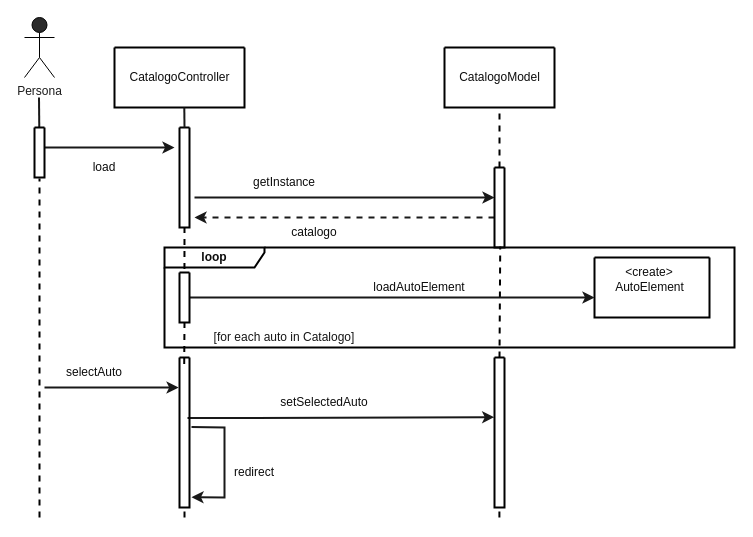
The draw.io diagram doc/catalogoSeq.drawio in 446f6e6e79/ConfiguratoreAuto, before the edit. Source tidied: cells renumbered, new cells numbered last; positions are measured from the earlier drawing's top-left corner, leaving out a move shared by most shapes. Both pictures are drawn from the tidied source at 100%, with x=0, y=0 at pixel (24, 17).
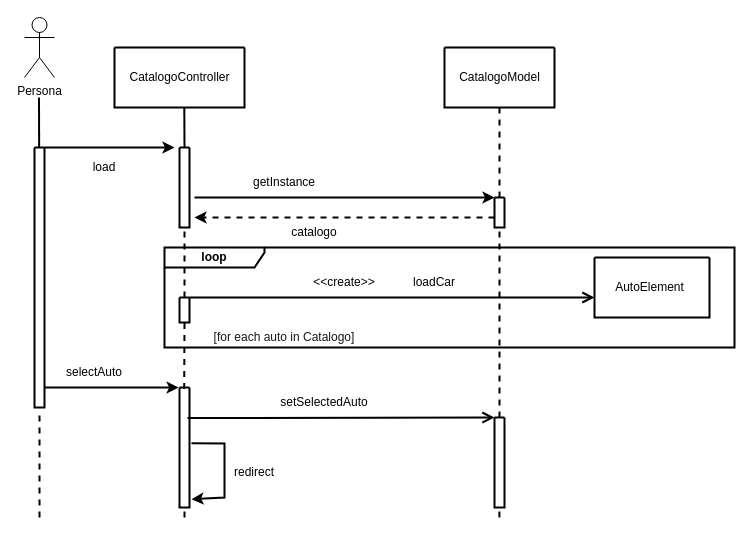
Above is the later version.

The edit, as a diff of the source:
```diff
@@
-    <mxCell id="2" value="Persona" style="shape=umlActor;verticalLabelPosition=bottom;verticalAlign=top;html=1;fillColor=#2A2A2A;strokeColor=#000000;fontColor=#1C1C1C;" parent="1" vertex="1">
+    <mxCell id="2" value="Persona" style="shape=umlActor;verticalLabelPosition=bottom;verticalAlign=top;html=1;" parent="1" vertex="1">
       <mxGeometry width="30" height="60" as="geometry" />
     </mxCell>
-    <mxCell id="3" style="endArrow=none;html=1;rounded=0;fontColor=#0D0D0D;strokeColor=#191919;strokeWidth=2;" parent="1" edge="1" source="7">
+    <mxCell id="3" style="endArrow=none;html=1;rounded=0;strokeWidth=2;" parent="1" edge="1" source="7">
       <mxGeometry relative="1" as="geometry">
         <mxPoint x="14.5" y="80" as="targetPoint" />
       </mxGeometry>
     </mxCell>
-    <mxCell id="4" style="swimlane;startSize=0;strokeColor=#000000;fontColor=#0D0D0D;fillColor=#2A2A2A;strokeWidth=2;" parent="1" vertex="1">
+    <mxCell id="4" style="swimlane;startSize=0;strokeWidth=2;" parent="1" vertex="1">
       <mxGeometry x="90" y="30" width="130" height="60" as="geometry" />
     </mxCell>
-    <mxCell id="5" value="CatalogoController" style="text;html=1;align=center;verticalAlign=middle;strokeColor=none;fillColor=none;fontColor=#0D0D0D;" parent="4" vertex="1">
+    <mxCell id="5" value="CatalogoController" style="text;html=1;align=center;verticalAlign=middle;strokeColor=none;fillColor=none;" parent="4" vertex="1">
       <mxGeometry x="5" y="15" width="120" height="30" as="geometry" />
     </mxCell>
-    <mxCell id="6" style="endArrow=classic;html=1;rounded=0;strokeColor=#191919;strokeWidth=2;fontColor=#0D0D0D;" parent="1" edge="1">
+    <mxCell id="6" style="endArrow=classic;html=1;rounded=0;strokeWidth=2;" parent="1" edge="1">
       <mxGeometry relative="1" as="geometry">
         <mxPoint x="20" y="130" as="sourcePoint" />
         <mxPoint x="150" y="130" as="targetPoint" />
       </mxGeometry>
     </mxCell>
-    <mxCell id="7" style="swimlane;startSize=0;labelBackgroundColor=none;strokeColor=#000000;strokeWidth=2;fontColor=#0D0D0D;fillColor=#2A2A2A;" parent="1" vertex="1">
-      <mxGeometry x="10" y="110" width="10" height="50" as="geometry" />
+    <mxCell id="7" style="swimlane;startSize=0;labelBackgroundColor=none;strokeWidth=2;" parent="1" vertex="1">
+      <mxGeometry x="10" y="130" width="10" height="260" as="geometry" />
     </mxCell>
-    <mxCell id="8" style="endArrow=classic;html=1;rounded=0;strokeColor=#191919;strokeWidth=2;fontColor=#0D0D0D;" parent="1" edge="1">
+    <mxCell id="8" style="endArrow=classic;html=1;rounded=0;strokeWidth=2;" parent="1" edge="1">
       <mxGeometry relative="1" as="geometry">
         <mxPoint x="170" y="180" as="sourcePoint" />
         <mxPoint x="470" y="180" as="targetPoint" />
       </mxGeometry>
     </mxCell>
-    <mxCell id="9" value="getInstance" style="text;html=1;strokeColor=none;fillColor=none;align=center;verticalAlign=middle;whiteSpace=wrap;rounded=0;labelBackgroundColor=none;strokeWidth=2;fontColor=#0D0D0D;" parent="1" vertex="1">
+    <mxCell id="9" value="getInstance" style="text;html=1;strokeColor=none;fillColor=none;align=center;verticalAlign=middle;whiteSpace=wrap;rounded=0;labelBackgroundColor=none;strokeWidth=2;" parent="1" vertex="1">
       <mxGeometry x="230" y="150" width="60" height="30" as="geometry" />
     </mxCell>
-    <mxCell id="10" style="swimlane;startSize=0;labelBackgroundColor=none;strokeColor=#000000;strokeWidth=2;fontColor=#0D0D0D;fillColor=#2A2A2A;" parent="1" vertex="1">
-      <mxGeometry x="155" y="110" width="10" height="100" as="geometry" />
+    <mxCell id="10" style="swimlane;startSize=0;labelBackgroundColor=none;strokeWidth=2;" parent="1" vertex="1">
+      <mxGeometry x="155" y="130" width="10" height="80" as="geometry" />
     </mxCell>
-    <mxCell id="11" style="endArrow=none;html=1;rounded=0;fontColor=#0D0D0D;strokeColor=#191919;strokeWidth=2;" parent="1" edge="1">
+    <mxCell id="11" style="endArrow=none;html=1;rounded=0;strokeWidth=2;exitX=0.5;exitY=0;exitDx=0;exitDy=0;" parent="1" edge="1" source="10">
       <mxGeometry relative="1" as="geometry">
-        <mxPoint x="160" y="110" as="sourcePoint" />
         <mxPoint x="159.8" y="90" as="targetPoint" />
       </mxGeometry>
     </mxCell>
-    <mxCell id="12" style="endArrow=none;dashed=1;html=1;rounded=0;entryX=0.5;entryY=1;entryDx=0;entryDy=0;strokeWidth=2;strokeColor=#000000;startArrow=none;exitX=0.035;exitY=0.214;exitDx=0;exitDy=0;exitPerimeter=0;" parent="1" edge="1" source="20" target="10">
+    <mxCell id="12" style="endArrow=none;dashed=1;html=1;rounded=0;entryX=0.5;entryY=1;entryDx=0;entryDy=0;strokeWidth=2;startArrow=none;exitX=0.5;exitY=0;exitDx=0;exitDy=0;" parent="1" edge="1" source="34" target="10">
       <mxGeometry relative="1" as="geometry" />
     </mxCell>
-    <mxCell id="13" style="endArrow=none;dashed=1;html=1;rounded=0;entryX=0.501;entryY=1.02;entryDx=0;entryDy=0;strokeWidth=2;strokeColor=#000000;entryPerimeter=0;" parent="1" edge="1" target="7">
+    <mxCell id="13" style="endArrow=none;dashed=1;html=1;rounded=0;entryX=0.501;entryY=1.02;entryDx=0;entryDy=0;strokeWidth=2;entryPerimeter=0;" parent="1" edge="1" target="7">
       <mxGeometry relative="1" as="geometry">
         <mxPoint x="15" y="500" as="sourcePoint" />
       </mxGeometry>
     </mxCell>
-    <mxCell id="14" value="load" style="text;html=1;strokeColor=none;fillColor=none;align=center;verticalAlign=middle;whiteSpace=wrap;rounded=0;labelBackgroundColor=none;strokeWidth=2;fontColor=#0D0D0D;" parent="1" vertex="1">
+    <mxCell id="14" value="load" style="text;html=1;strokeColor=none;fillColor=none;align=center;verticalAlign=middle;whiteSpace=wrap;rounded=0;labelBackgroundColor=none;strokeWidth=2;" parent="1" vertex="1">
       <mxGeometry x="50" y="135" width="60" height="30" as="geometry" />
     </mxCell>
-    <mxCell id="15" style="swimlane;startSize=0;strokeColor=#000000;fontColor=#0D0D0D;fillColor=#2A2A2A;strokeWidth=2;" parent="1" vertex="1">
+    <mxCell id="15" style="swimlane;startSize=0;strokeWidth=2;" parent="1" vertex="1">
       <mxGeometry x="420" y="30" width="110" height="60" as="geometry" />
     </mxCell>
-    <mxCell id="16" value="CatalogoModel" style="text;html=1;align=center;verticalAlign=middle;strokeColor=none;fillColor=none;fontColor=#0D0D0D;" parent="15" vertex="1">
+    <mxCell id="16" value="CatalogoModel" style="text;html=1;align=center;verticalAlign=middle;strokeColor=none;fillColor=none;" parent="15" vertex="1">
       <mxGeometry x="5" y="15" width="100" height="30" as="geometry" />
     </mxCell>
-    <mxCell id="17" style="endArrow=none;dashed=1;html=1;rounded=0;entryX=0.589;entryY=-0.01;entryDx=0;entryDy=0;strokeWidth=2;strokeColor=#000000;entryPerimeter=0;exitX=0.5;exitY=0;exitDx=0;exitDy=0;" parent="1" edge="1" source="38" target="20">
+    <mxCell id="17" style="endArrow=none;dashed=1;html=1;rounded=0;entryX=0.5;entryY=1;entryDx=0;entryDy=0;strokeWidth=2;exitX=0.5;exitY=0;exitDx=0;exitDy=0;" parent="1" edge="1" source="38" target="33">
       <mxGeometry relative="1" as="geometry" />
     </mxCell>
-    <mxCell id="18" style="endArrow=classic;html=1;rounded=0;strokeColor=#191919;strokeWidth=2;fontColor=#0D0D0D;dashed=1;" parent="1" edge="1">
+    <mxCell id="18" style="endArrow=classic;html=1;rounded=0;strokeWidth=2;dashed=1;" parent="1" edge="1">
       <mxGeometry relative="1" as="geometry">
         <mxPoint x="470" y="200" as="sourcePoint" />
         <mxPoint x="170" y="200" as="targetPoint" />
       </mxGeometry>
     </mxCell>
-    <mxCell id="19" value="catalogo" style="text;html=1;strokeColor=none;fillColor=none;align=center;verticalAlign=middle;whiteSpace=wrap;rounded=0;labelBackgroundColor=none;strokeWidth=2;fontColor=#0D0D0D;" parent="1" vertex="1">
+    <mxCell id="19" value="catalogo" style="text;html=1;strokeColor=none;fillColor=none;align=center;verticalAlign=middle;whiteSpace=wrap;rounded=0;labelBackgroundColor=none;strokeWidth=2;" parent="1" vertex="1">
       <mxGeometry x="260" y="200" width="60" height="30" as="geometry" />
     </mxCell>
-    <mxCell id="20" value="&lt;b&gt;loop&lt;/b&gt;" style="shape=umlFrame;whiteSpace=wrap;html=1;labelBackgroundColor=none;strokeColor=#000000;strokeWidth=2;fontColor=#0D0D0D;fillColor=none;width=100;height=20;" parent="1" vertex="1">
+    <mxCell id="20" value="&lt;b&gt;loop&lt;/b&gt;" style="shape=umlFrame;whiteSpace=wrap;html=1;labelBackgroundColor=none;strokeWidth=2;fillColor=none;width=100;height=20;" parent="1" vertex="1">
       <mxGeometry x="140" y="230" width="570" height="100" as="geometry" />
     </mxCell>
-    <mxCell id="21" style="swimlane;startSize=0;strokeColor=#000000;fontColor=#0D0D0D;fillColor=#2A2A2A;strokeWidth=2;" parent="1" vertex="1">
+    <mxCell id="21" style="swimlane;startSize=0;strokeWidth=2;" parent="1" vertex="1">
       <mxGeometry x="570" y="240" width="115" height="60" as="geometry" />
     </mxCell>
-    <mxCell id="22" value="AutoElement" style="text;html=1;align=center;verticalAlign=middle;strokeColor=none;fillColor=none;fontColor=#0D0D0D;" parent="21" vertex="1">
+    <mxCell id="22" value="AutoElement" style="text;html=1;align=center;verticalAlign=middle;strokeColor=none;fillColor=none;" parent="21" vertex="1">
       <mxGeometry x="10" y="15" width="90" height="30" as="geometry" />
     </mxCell>
-    <mxCell id="23" value="&amp;lt;create&amp;gt;" style="text;html=1;strokeColor=none;fillColor=none;align=center;verticalAlign=middle;whiteSpace=wrap;rounded=0;labelBackgroundColor=none;strokeWidth=2;fontColor=#0D0D0D;" parent="21" vertex="1">
-      <mxGeometry x="25" width="60" height="30" as="geometry" />
-    </mxCell>
-    <mxCell id="24" style="endArrow=classic;html=1;rounded=0;strokeColor=#191919;strokeWidth=2;fontColor=#0D0D0D;" parent="1" edge="1">
+    <mxCell id="24" style="endArrow=open;html=1;rounded=0;strokeWidth=2;endFill=0;endSize=8;" parent="1" edge="1">
       <mxGeometry relative="1" as="geometry">
         <mxPoint x="165" y="280" as="sourcePoint" />
         <mxPoint x="570" y="280" as="targetPoint" />
       </mxGeometry>
     </mxCell>
-    <mxCell id="25" value="loadAutoElement" style="text;html=1;strokeColor=none;fillColor=none;align=center;verticalAlign=middle;whiteSpace=wrap;rounded=0;labelBackgroundColor=none;strokeWidth=2;fontColor=#0D0D0D;" parent="1" vertex="1">
-      <mxGeometry x="330" y="255" width="130" height="30" as="geometry" />
-    </mxCell>
@@
-    <mxCell id="27" style="endArrow=classic;html=1;rounded=0;strokeColor=#191919;strokeWidth=2;fontColor=#0D0D0D;entryX=-0.092;entryY=0.25;entryDx=0;entryDy=0;entryPerimeter=0;" parent="1" edge="1">
+    <mxCell id="27" style="endArrow=classic;html=1;rounded=0;strokeWidth=2;entryX=-0.092;entryY=0.25;entryDx=0;entryDy=0;entryPerimeter=0;" parent="1" edge="1">
       <mxGeometry relative="1" as="geometry">
         <mxPoint x="20" y="370" as="sourcePoint" />
         <mxPoint x="154.1" y="370" as="targetPoint" />
       </mxGeometry>
     </mxCell>
-    <mxCell id="28" value="selectAuto" style="text;html=1;strokeColor=none;fillColor=none;align=center;verticalAlign=middle;whiteSpace=wrap;rounded=0;labelBackgroundColor=none;strokeWidth=2;fontColor=#0D0D0D;" parent="1" vertex="1">
+    <mxCell id="28" value="selectAuto" style="text;html=1;strokeColor=none;fillColor=none;align=center;verticalAlign=middle;whiteSpace=wrap;rounded=0;labelBackgroundColor=none;strokeWidth=2;" parent="1" vertex="1">
       <mxGeometry x="40" y="340" width="60" height="30" as="geometry" />
     </mxCell>
-    <mxCell id="29" style="endArrow=classic;html=1;rounded=0;strokeColor=#191919;strokeWidth=2;fontColor=#0D0D0D;exitX=1.095;exitY=0.883;exitDx=0;exitDy=0;exitPerimeter=0;entryX=-0.027;entryY=0.398;entryDx=0;entryDy=0;entryPerimeter=0;" parent="1" edge="1" target="38">
+    <mxCell id="29" style="endArrow=open;html=1;rounded=0;strokeWidth=2;exitX=1.095;exitY=0.883;exitDx=0;exitDy=0;exitPerimeter=0;entryX=0;entryY=0;entryDx=0;entryDy=0;endFill=0;endSize=8;" parent="1" edge="1" target="38">
       <mxGeometry relative="1" as="geometry">
         <mxPoint x="163" y="400.6" as="sourcePoint" />
       </mxGeometry>
     </mxCell>
-    <mxCell id="30" value="setSelectedAuto" style="text;html=1;strokeColor=none;fillColor=none;align=center;verticalAlign=middle;whiteSpace=wrap;rounded=0;labelBackgroundColor=none;strokeWidth=2;fontColor=#0D0D0D;" parent="1" vertex="1">
+    <mxCell id="30" value="setSelectedAuto" style="text;html=1;strokeColor=none;fillColor=none;align=center;verticalAlign=middle;whiteSpace=wrap;rounded=0;labelBackgroundColor=none;strokeWidth=2;" parent="1" vertex="1">
       <mxGeometry x="270" y="370" width="60" height="30" as="geometry" />
     </mxCell>
-    <mxCell id="31" value="redirect" style="text;html=1;strokeColor=none;fillColor=none;align=center;verticalAlign=middle;whiteSpace=wrap;rounded=0;labelBackgroundColor=none;strokeWidth=2;fontColor=#0D0D0D;" parent="1" vertex="1">
+    <mxCell id="31" value="redirect" style="text;html=1;strokeColor=none;fillColor=none;align=center;verticalAlign=middle;whiteSpace=wrap;rounded=0;labelBackgroundColor=none;strokeWidth=2;" parent="1" vertex="1">
       <mxGeometry x="200" y="440" width="60" height="30" as="geometry" />
     </mxCell>
-    <mxCell id="32" style="endArrow=classic;html=1;rounded=0;strokeColor=#191919;strokeWidth=2;fontColor=#0D0D0D;entryX=1.2;entryY=0.931;entryDx=0;entryDy=0;entryPerimeter=0;exitX=1.2;exitY=0.464;exitDx=0;exitDy=0;exitPerimeter=0;" parent="1" edge="1" source="36" target="36">
+    <mxCell id="32" style="endArrow=classic;html=1;rounded=0;strokeWidth=2;entryX=1.2;entryY=0.931;entryDx=0;entryDy=0;entryPerimeter=0;exitX=1.2;exitY=0.464;exitDx=0;exitDy=0;exitPerimeter=0;" parent="1" edge="1" source="36" target="36">
       <mxGeometry relative="1" as="geometry">
         <Array as="points">
-          <mxPoint x="200" y="410" />
+          <mxPoint x="200" y="426" />
           <mxPoint x="200" y="480" />
         </Array>
       </mxGeometry>
     </mxCell>
-    <mxCell id="33" style="swimlane;startSize=0;labelBackgroundColor=#FFFFFF;strokeColor=#000000;strokeWidth=2;fontColor=#0D0D0D;fillColor=#FFFFFF;gradientColor=none;" parent="1" vertex="1">
-      <mxGeometry x="470" y="150" width="10" height="80" as="geometry" />
+    <mxCell id="33" style="swimlane;startSize=0;strokeWidth=2;" parent="1" vertex="1">
+      <mxGeometry x="470" y="180" width="10" height="30" as="geometry" />
     </mxCell>
-    <mxCell id="34" style="swimlane;startSize=0;labelBackgroundColor=#FFFFFF;strokeColor=#000000;strokeWidth=2;fontColor=#0D0D0D;fillColor=#FFFFFF;gradientColor=none;" parent="1" vertex="1">
-      <mxGeometry x="155" y="255" width="10" height="50" as="geometry" />
+    <mxCell id="34" style="swimlane;startSize=0;strokeWidth=2;" parent="1" vertex="1">
+      <mxGeometry x="155" y="280" width="10" height="25" as="geometry" />
     </mxCell>
-    <mxCell id="35" style="endArrow=none;dashed=1;html=1;rounded=0;strokeWidth=2;strokeColor=#000000;startArrow=none;exitX=0.035;exitY=0.214;exitDx=0;exitDy=0;exitPerimeter=0;entryX=0.5;entryY=1;entryDx=0;entryDy=0;" parent="34" edge="1" target="34">
+    <mxCell id="35" style="endArrow=none;dashed=1;html=1;rounded=0;strokeWidth=2;startArrow=none;exitX=0.035;exitY=0.214;exitDx=0;exitDy=0;exitPerimeter=0;entryX=0.5;entryY=1;entryDx=0;entryDy=0;" parent="34" edge="1" target="34">
       <mxGeometry relative="1" as="geometry">
         <mxPoint x="4.7" y="91.4" as="sourcePoint" />
       </mxGeometry>
     </mxCell>
-    <mxCell id="36" style="swimlane;startSize=0;labelBackgroundColor=#FFFFFF;strokeColor=#000000;strokeWidth=2;fontColor=#0D0D0D;fillColor=#FFFFFF;gradientColor=none;" parent="1" vertex="1">
-      <mxGeometry x="155" y="340" width="10" height="150" as="geometry" />
+    <mxCell id="36" style="swimlane;startSize=0;strokeWidth=2;" parent="1" vertex="1">
+      <mxGeometry x="155" y="370" width="10" height="120" as="geometry" />
     </mxCell>
-    <mxCell id="37" style="endArrow=none;dashed=1;html=1;rounded=0;entryX=0.5;entryY=1;entryDx=0;entryDy=0;strokeWidth=2;strokeColor=#000000;" parent="1" edge="1" target="36">
+    <mxCell id="37" style="endArrow=none;dashed=1;html=1;rounded=0;entryX=0.5;entryY=1;entryDx=0;entryDy=0;strokeWidth=2;" parent="1" edge="1" target="36">
       <mxGeometry relative="1" as="geometry">
         <mxPoint x="160" y="500" as="sourcePoint" />
       </mxGeometry>
     </mxCell>
-    <mxCell id="38" style="swimlane;startSize=0;labelBackgroundColor=#FFFFFF;strokeColor=#000000;strokeWidth=2;fontColor=#0D0D0D;fillColor=#FFFFFF;gradientColor=none;" parent="1" vertex="1">
-      <mxGeometry x="470" y="340" width="10" height="150" as="geometry" />
+    <mxCell id="38" style="swimlane;startSize=0;strokeWidth=2;" parent="1" vertex="1">
+      <mxGeometry x="470" y="400" width="10" height="90" as="geometry" />
     </mxCell>
-    <mxCell id="39" style="endArrow=none;dashed=1;html=1;rounded=0;entryX=0.5;entryY=1;entryDx=0;entryDy=0;strokeWidth=2;strokeColor=#000000;exitX=0.5;exitY=0;exitDx=0;exitDy=0;" parent="1" edge="1" source="33" target="15">
+    <mxCell id="39" style="endArrow=none;dashed=1;html=1;rounded=0;entryX=0.5;entryY=1;entryDx=0;entryDy=0;strokeWidth=2;exitX=0.5;exitY=0;exitDx=0;exitDy=0;" parent="1" edge="1" source="33" target="15">
       <mxGeometry relative="1" as="geometry" />
     </mxCell>
-    <mxCell id="40" style="endArrow=none;dashed=1;html=1;rounded=0;entryX=0.5;entryY=1;entryDx=0;entryDy=0;strokeWidth=2;strokeColor=#000000;" parent="1" edge="1">
+    <mxCell id="40" style="endArrow=none;dashed=1;html=1;rounded=0;entryX=0.5;entryY=1;entryDx=0;entryDy=0;strokeWidth=2;" parent="1" edge="1">
       <mxGeometry relative="1" as="geometry">
         <mxPoint x="474.9" y="500" as="sourcePoint" />
         <mxPoint x="474.9" y="490" as="targetPoint" />
       </mxGeometry>
     </mxCell>
+    <mxCell id="23" value="&amp;lt;&amp;lt;create&amp;gt;&amp;gt;" style="text;html=1;strokeColor=none;fillColor=none;align=center;verticalAlign=middle;whiteSpace=wrap;rounded=0;labelBackgroundColor=none;strokeWidth=2;" parent="1" vertex="1">
+      <mxGeometry x="290" y="250" width="60" height="30" as="geometry" />
+    </mxCell>
+    <mxCell id="41" value="loadCar" style="text;html=1;strokeColor=none;fillColor=none;align=center;verticalAlign=middle;whiteSpace=wrap;rounded=0;labelBackgroundColor=none;strokeWidth=2;" parent="1" vertex="1">
+      <mxGeometry x="380" y="250" width="60" height="30" as="geometry" />
+    </mxCell>
```
